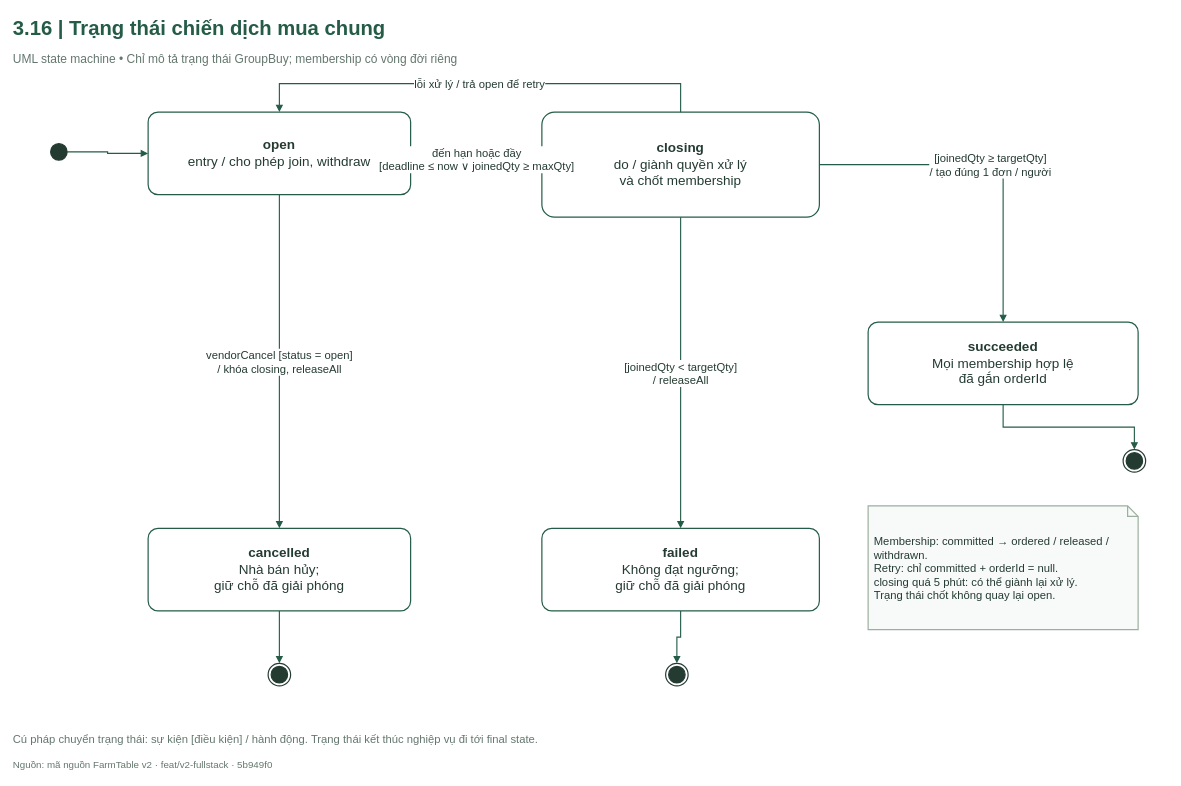
This is FarmTable_Chuong3/So_do_BA/drawio/Hinh_3_16.drawio from hathu1272006-eng/PTWnangcao, a draw.io file, before an edit. Source tidied: cells renumbered, new cells numbered last; positions are measured from the earlier drawing's top-left corner, leaving out a move shared by most shapes. Both pictures are drawn from the tidied source at 75%, with x=0, y=0 at pixel (13, 13).
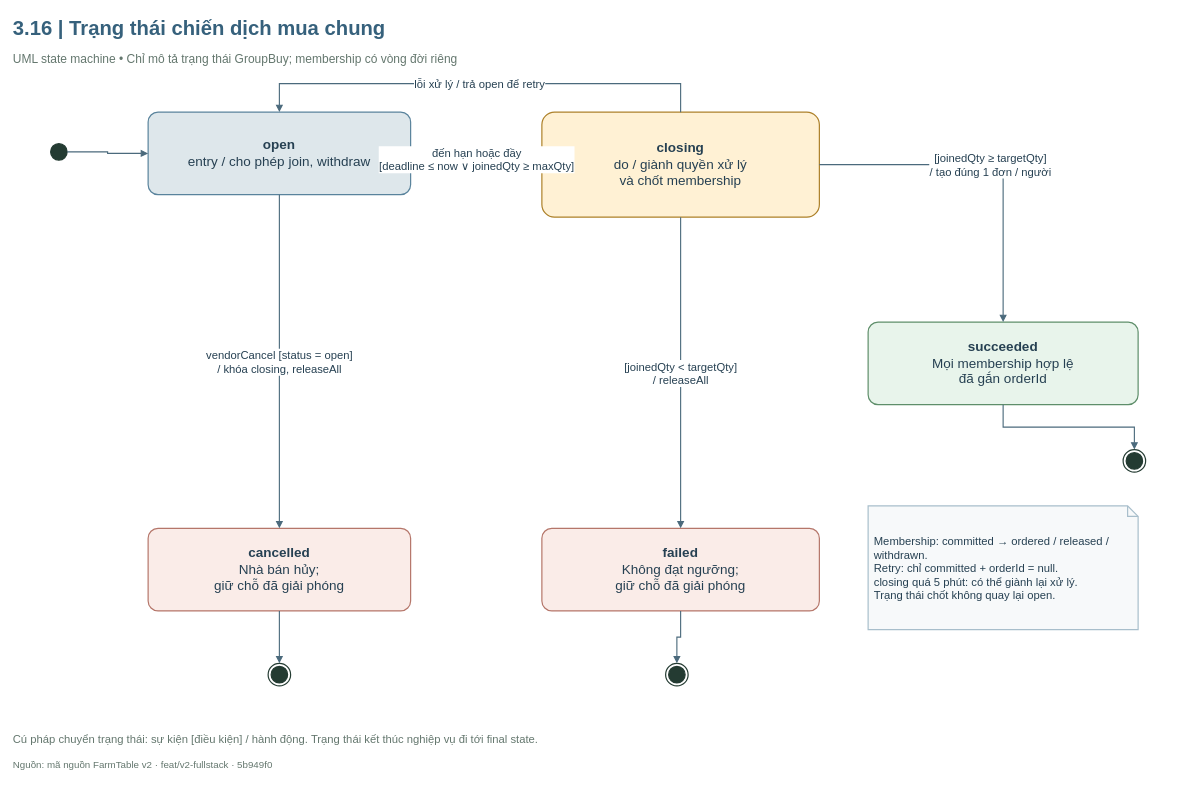
The same page after the edit.

The change refers to these unchanged cells:
```xml
<mxCell id="4" style="html=1;whiteSpace=wrap;fontFamily=Arial;fontSize=18;fontColor=#243B32;strokeColor=#245C47;strokeWidth=1.6;fillColor=#FFFFFF;spacing=8;ellipse;fillColor=#243B32;strokeColor=#243B32;" parent="1" vertex="1">
  <mxGeometry x="50" y="174" width="22" height="22" as="geometry" />
</mxCell>
<mxCell id="16" style="html=1;whiteSpace=wrap;fontFamily=Arial;fontSize=18;fontColor=#243B32;strokeColor=#245C47;strokeWidth=1.6;fillColor=#FFFFFF;spacing=8;shape=endState;fillColor=#243B32;strokeColor=#243B32;" parent="1" vertex="1">
  <mxGeometry x="1480" y="582" width="30" height="30" as="geometry" />
</mxCell>
<mxCell id="18" style="html=1;whiteSpace=wrap;fontFamily=Arial;fontSize=18;fontColor=#243B32;strokeColor=#245C47;strokeWidth=1.6;fillColor=#FFFFFF;spacing=8;shape=endState;fillColor=#243B32;strokeColor=#243B32;" parent="1" vertex="1">
  <mxGeometry x="870" y="867" width="30" height="30" as="geometry" />
</mxCell>
<mxCell id="20" style="html=1;whiteSpace=wrap;fontFamily=Arial;fontSize=18;fontColor=#243B32;strokeColor=#245C47;strokeWidth=1.6;fillColor=#FFFFFF;spacing=8;shape=endState;fillColor=#243B32;strokeColor=#243B32;" parent="1" vertex="1">
  <mxGeometry x="340" y="867" width="30" height="30" as="geometry" />
</mxCell>
```

Change to the diagram source:
```diff
@@
-    <mxCell id="2" value="3.16  |  Trạng thái chiến dịch mua chung" style="html=1;whiteSpace=wrap;fontFamily=Arial;fontSize=18;fontColor=#243B32;strokeColor=#245C47;strokeWidth=1.6;fillColor=#FFFFFF;spacing=8;text;strokeColor=none;fillColor=none;align=left;verticalAlign=middle;fontSize=27;fontStyle=1;fontColor=#245C47;spacing=0;" parent="1" vertex="1">
+    <mxCell id="2" value="3.16  |  Trạng thái chiến dịch mua chung" style="html=1;whiteSpace=wrap;fontFamily=Arial;fontSize=18;strokeColor=#245C47;strokeWidth=1.6;fillColor=#FFFFFF;spacing=8;text;strokeColor=none;fillColor=none;align=left;verticalAlign=middle;fontSize=27;fontStyle=1;spacing=0;fontColor=#36617C;" parent="1" vertex="1">
       <mxGeometry width="1540" height="40" as="geometry" />
     </mxCell>
@@
-    <mxCell id="5" value="&lt;b&gt;open&lt;/b&gt;&lt;br/&gt;entry / cho phép join, withdraw" style="html=1;whiteSpace=wrap;fontFamily=Arial;fontSize=18;fontColor=#243B32;strokeColor=#245C47;strokeWidth=1.6;fillColor=#FFFFFF;spacing=8;rounded=1;arcSize=12;" parent="1" vertex="1">
+    <mxCell id="5" value="&lt;b&gt;open&lt;/b&gt;&lt;br/&gt;entry / cho phép join, withdraw" style="html=1;whiteSpace=wrap;fontFamily=Arial;fontSize=18;strokeWidth=1.6;spacing=8;rounded=1;arcSize=12;fillColor=#DEE7EB;strokeColor=#59839C;fontColor=#264052;" parent="1" vertex="1">
       <mxGeometry x="180" y="132" width="350" height="110" as="geometry" />
     </mxCell>
-    <mxCell id="6" value="&lt;b&gt;closing&lt;/b&gt;&lt;br/&gt;do / giành quyền xử lý&lt;br/&gt;và chốt membership" style="html=1;whiteSpace=wrap;fontFamily=Arial;fontSize=18;fontColor=#243B32;strokeColor=#245C47;strokeWidth=1.6;fillColor=#FFFFFF;spacing=8;rounded=1;arcSize=12;" parent="1" vertex="1">
+    <mxCell id="6" value="&lt;b&gt;closing&lt;/b&gt;&lt;br/&gt;do / giành quyền xử lý&lt;br/&gt;và chốt membership" style="html=1;whiteSpace=wrap;fontFamily=Arial;fontSize=18;strokeWidth=1.6;spacing=8;rounded=1;arcSize=12;fillColor=#FFF1D4;strokeColor=#AD812A;fontColor=#264052;" parent="1" vertex="1">
       <mxGeometry x="705" y="132" width="370" height="140" as="geometry" />
     </mxCell>
-    <mxCell id="7" value="&lt;b&gt;succeeded&lt;/b&gt;&lt;br/&gt;Mọi membership hợp lệ&lt;br/&gt;đã gắn orderId" style="html=1;whiteSpace=wrap;fontFamily=Arial;fontSize=18;fontColor=#243B32;strokeColor=#245C47;strokeWidth=1.6;fillColor=#FFFFFF;spacing=8;rounded=1;arcSize=12;" parent="1" vertex="1">
+    <mxCell id="7" value="&lt;b&gt;succeeded&lt;/b&gt;&lt;br/&gt;Mọi membership hợp lệ&lt;br/&gt;đã gắn orderId" style="html=1;whiteSpace=wrap;fontFamily=Arial;fontSize=18;strokeWidth=1.6;spacing=8;rounded=1;arcSize=12;fillColor=#E8F4EB;strokeColor=#5E8E6A;fontColor=#264052;" parent="1" vertex="1">
       <mxGeometry x="1140" y="412" width="360" height="110" as="geometry" />
     </mxCell>
-    <mxCell id="8" value="&lt;b&gt;failed&lt;/b&gt;&lt;br/&gt;Không đạt ngưỡng;&lt;br/&gt;giữ chỗ đã giải phóng" style="html=1;whiteSpace=wrap;fontFamily=Arial;fontSize=18;fontColor=#243B32;strokeColor=#245C47;strokeWidth=1.6;fillColor=#FFFFFF;spacing=8;rounded=1;arcSize=12;" parent="1" vertex="1">
+    <mxCell id="8" value="&lt;b&gt;failed&lt;/b&gt;&lt;br/&gt;Không đạt ngưỡng;&lt;br/&gt;giữ chỗ đã giải phóng" style="html=1;whiteSpace=wrap;fontFamily=Arial;fontSize=18;strokeWidth=1.6;spacing=8;rounded=1;arcSize=12;fillColor=#FAECE8;strokeColor=#B5766A;fontColor=#264052;" parent="1" vertex="1">
       <mxGeometry x="705" y="687" width="370" height="110" as="geometry" />
     </mxCell>
-    <mxCell id="9" value="&lt;b&gt;cancelled&lt;/b&gt;&lt;br/&gt;Nhà bán hủy;&lt;br/&gt;giữ chỗ đã giải phóng" style="html=1;whiteSpace=wrap;fontFamily=Arial;fontSize=18;fontColor=#243B32;strokeColor=#245C47;strokeWidth=1.6;fillColor=#FFFFFF;spacing=8;rounded=1;arcSize=12;" parent="1" vertex="1">
+    <mxCell id="9" value="&lt;b&gt;cancelled&lt;/b&gt;&lt;br/&gt;Nhà bán hủy;&lt;br/&gt;giữ chỗ đã giải phóng" style="html=1;whiteSpace=wrap;fontFamily=Arial;fontSize=18;strokeWidth=1.6;spacing=8;rounded=1;arcSize=12;fillColor=#FAECE8;strokeColor=#B5766A;fontColor=#264052;" parent="1" vertex="1">
       <mxGeometry x="180" y="687" width="350" height="110" as="geometry" />
     </mxCell>
-    <mxCell id="10" style="edgeStyle=orthogonalEdgeStyle;rounded=0;jettySize=20;html=1;fontFamily=Arial;fontSize=15;fontColor=#243B32;labelBackgroundColor=#FFFFFF;strokeColor=#245C47;strokeWidth=1.5;endArrow=block;endFill=1;exitX=1;exitY=0.5;entryX=0;entryY=0.5;exitDx=0;exitDy=0;entryDx=0;entryDy=0;" parent="1" edge="1" source="4" target="5">
+    <mxCell id="10" style="edgeStyle=orthogonalEdgeStyle;rounded=0;jettySize=20;html=1;fontFamily=Arial;fontSize=15;labelBackgroundColor=#FFFFFF;strokeWidth=1.5;endArrow=block;endFill=1;exitX=1;exitY=0.5;entryX=0;entryY=0.5;exitDx=0;exitDy=0;entryDx=0;entryDy=0;strokeColor=#4B6A7C;fontColor=#264052;" parent="1" edge="1" source="4" target="5">
       <mxGeometry relative="1" as="geometry" />
     </mxCell>
-    <mxCell id="11" value="đến hạn hoặc đầy&lt;br/&gt;[deadline ≤ now ∨ joinedQty ≥ maxQty]" style="edgeStyle=orthogonalEdgeStyle;rounded=0;jettySize=20;html=1;fontFamily=Arial;fontSize=15;fontColor=#243B32;labelBackgroundColor=#FFFFFF;strokeColor=#245C47;strokeWidth=1.5;endArrow=block;endFill=1;exitX=1;exitY=0.5;entryX=0;entryY=0.5;exitDx=0;exitDy=0;entryDx=0;entryDy=0;" parent="1" edge="1" source="5" target="6">
+    <mxCell id="11" value="đến hạn hoặc đầy&lt;br/&gt;[deadline ≤ now ∨ joinedQty ≥ maxQty]" style="edgeStyle=orthogonalEdgeStyle;rounded=0;jettySize=20;html=1;fontFamily=Arial;fontSize=15;labelBackgroundColor=#FFFFFF;strokeWidth=1.5;endArrow=block;endFill=1;exitX=1;exitY=0.5;entryX=0;entryY=0.5;exitDx=0;exitDy=0;entryDx=0;entryDy=0;strokeColor=#4B6A7C;fontColor=#264052;" parent="1" edge="1" source="5" target="6">
       <mxGeometry relative="1" as="geometry" />
     </mxCell>
-    <mxCell id="12" value="lỗi xử lý / trả open để retry" style="edgeStyle=orthogonalEdgeStyle;rounded=0;jettySize=20;html=1;fontFamily=Arial;fontSize=15;fontColor=#243B32;labelBackgroundColor=#FFFFFF;strokeColor=#245C47;strokeWidth=1.5;endArrow=block;endFill=1;exitX=0.5;exitY=0;entryX=0.5;entryY=0;exitDx=0;exitDy=0;entryDx=0;entryDy=0;" parent="1" edge="1" source="6" target="5">
+    <mxCell id="12" value="lỗi xử lý / trả open để retry" style="edgeStyle=orthogonalEdgeStyle;rounded=0;jettySize=20;html=1;fontFamily=Arial;fontSize=15;labelBackgroundColor=#FFFFFF;strokeWidth=1.5;endArrow=block;endFill=1;exitX=0.5;exitY=0;entryX=0.5;entryY=0;exitDx=0;exitDy=0;entryDx=0;entryDy=0;strokeColor=#4B6A7C;fontColor=#264052;" parent="1" edge="1" source="6" target="5">
       <mxGeometry relative="1" as="geometry">
         <Array as="points">
           <mxPoint x="890" y="94" />
           <mxPoint x="355" y="94" />
         </Array>
       </mxGeometry>
     </mxCell>
-    <mxCell id="13" value="vendorCancel [status = open]&lt;br/&gt;/ khóa closing, releaseAll" style="edgeStyle=orthogonalEdgeStyle;rounded=0;jettySize=20;html=1;fontFamily=Arial;fontSize=15;fontColor=#243B32;labelBackgroundColor=#FFFFFF;strokeColor=#245C47;strokeWidth=1.5;endArrow=block;endFill=1;exitX=0.5;exitY=1;entryX=0.5;entryY=0;exitDx=0;exitDy=0;entryDx=0;entryDy=0;" parent="1" edge="1" source="5" target="9">
+    <mxCell id="13" value="vendorCancel [status = open]&lt;br/&gt;/ khóa closing, releaseAll" style="edgeStyle=orthogonalEdgeStyle;rounded=0;jettySize=20;html=1;fontFamily=Arial;fontSize=15;labelBackgroundColor=#FFFFFF;strokeWidth=1.5;endArrow=block;endFill=1;exitX=0.5;exitY=1;entryX=0.5;entryY=0;exitDx=0;exitDy=0;entryDx=0;entryDy=0;strokeColor=#4B6A7C;fontColor=#264052;" parent="1" edge="1" source="5" target="9">
       <mxGeometry relative="1" as="geometry" />
     </mxCell>
-    <mxCell id="14" value="[joinedQty ≥ targetQty]&lt;br/&gt;/ tạo đúng 1 đơn / người" style="edgeStyle=orthogonalEdgeStyle;rounded=0;jettySize=20;html=1;fontFamily=Arial;fontSize=15;fontColor=#243B32;labelBackgroundColor=#FFFFFF;strokeColor=#245C47;strokeWidth=1.5;endArrow=block;endFill=1;exitX=1;exitY=0.5;entryX=0.5;entryY=0;exitDx=0;exitDy=0;entryDx=0;entryDy=0;" parent="1" edge="1" source="6" target="7">
+    <mxCell id="14" value="[joinedQty ≥ targetQty]&lt;br/&gt;/ tạo đúng 1 đơn / người" style="edgeStyle=orthogonalEdgeStyle;rounded=0;jettySize=20;html=1;fontFamily=Arial;fontSize=15;labelBackgroundColor=#FFFFFF;strokeWidth=1.5;endArrow=block;endFill=1;exitX=1;exitY=0.5;entryX=0.5;entryY=0;exitDx=0;exitDy=0;entryDx=0;entryDy=0;strokeColor=#4B6A7C;fontColor=#264052;" parent="1" edge="1" source="6" target="7">
       <mxGeometry relative="1" as="geometry" />
     </mxCell>
-    <mxCell id="15" value="[joinedQty &amp;lt; targetQty]&lt;br/&gt;/ releaseAll" style="edgeStyle=orthogonalEdgeStyle;rounded=0;jettySize=20;html=1;fontFamily=Arial;fontSize=15;fontColor=#243B32;labelBackgroundColor=#FFFFFF;strokeColor=#245C47;strokeWidth=1.5;endArrow=block;endFill=1;exitX=0.5;exitY=1;entryX=0.5;entryY=0;exitDx=0;exitDy=0;entryDx=0;entryDy=0;" parent="1" edge="1" source="6" target="8">
+    <mxCell id="15" value="[joinedQty &amp;lt; targetQty]&lt;br/&gt;/ releaseAll" style="edgeStyle=orthogonalEdgeStyle;rounded=0;jettySize=20;html=1;fontFamily=Arial;fontSize=15;labelBackgroundColor=#FFFFFF;strokeWidth=1.5;endArrow=block;endFill=1;exitX=0.5;exitY=1;entryX=0.5;entryY=0;exitDx=0;exitDy=0;entryDx=0;entryDy=0;strokeColor=#4B6A7C;fontColor=#264052;" parent="1" edge="1" source="6" target="8">
       <mxGeometry relative="1" as="geometry" />
     </mxCell>
@@
-    <mxCell id="17" style="edgeStyle=orthogonalEdgeStyle;rounded=0;jettySize=20;html=1;fontFamily=Arial;fontSize=15;fontColor=#243B32;labelBackgroundColor=#FFFFFF;strokeColor=#245C47;strokeWidth=1.5;endArrow=block;endFill=1;exitX=0.5;exitY=1;entryX=0.5;entryY=0;exitDx=0;exitDy=0;entryDx=0;entryDy=0;" parent="1" edge="1" source="7" target="16">
+    <mxCell id="17" style="edgeStyle=orthogonalEdgeStyle;rounded=0;jettySize=20;html=1;fontFamily=Arial;fontSize=15;labelBackgroundColor=#FFFFFF;strokeWidth=1.5;endArrow=block;endFill=1;exitX=0.5;exitY=1;entryX=0.5;entryY=0;exitDx=0;exitDy=0;entryDx=0;entryDy=0;strokeColor=#4B6A7C;fontColor=#264052;" parent="1" edge="1" source="7" target="16">
       <mxGeometry relative="1" as="geometry" />
     </mxCell>
@@
-    <mxCell id="19" style="edgeStyle=orthogonalEdgeStyle;rounded=0;jettySize=20;html=1;fontFamily=Arial;fontSize=15;fontColor=#243B32;labelBackgroundColor=#FFFFFF;strokeColor=#245C47;strokeWidth=1.5;endArrow=block;endFill=1;exitX=0.5;exitY=1;entryX=0.5;entryY=0;exitDx=0;exitDy=0;entryDx=0;entryDy=0;" parent="1" edge="1" source="8" target="18">
+    <mxCell id="19" style="edgeStyle=orthogonalEdgeStyle;rounded=0;jettySize=20;html=1;fontFamily=Arial;fontSize=15;labelBackgroundColor=#FFFFFF;strokeWidth=1.5;endArrow=block;endFill=1;exitX=0.5;exitY=1;entryX=0.5;entryY=0;exitDx=0;exitDy=0;entryDx=0;entryDy=0;strokeColor=#4B6A7C;fontColor=#264052;" parent="1" edge="1" source="8" target="18">
       <mxGeometry relative="1" as="geometry" />
     </mxCell>
@@
-    <mxCell id="21" style="edgeStyle=orthogonalEdgeStyle;rounded=0;jettySize=20;html=1;fontFamily=Arial;fontSize=15;fontColor=#243B32;labelBackgroundColor=#FFFFFF;strokeColor=#245C47;strokeWidth=1.5;endArrow=block;endFill=1;exitX=0.5;exitY=1;entryX=0.5;entryY=0;exitDx=0;exitDy=0;entryDx=0;entryDy=0;" parent="1" edge="1" source="9" target="20">
+    <mxCell id="21" style="edgeStyle=orthogonalEdgeStyle;rounded=0;jettySize=20;html=1;fontFamily=Arial;fontSize=15;labelBackgroundColor=#FFFFFF;strokeWidth=1.5;endArrow=block;endFill=1;exitX=0.5;exitY=1;entryX=0.5;entryY=0;exitDx=0;exitDy=0;entryDx=0;entryDy=0;strokeColor=#4B6A7C;fontColor=#264052;" parent="1" edge="1" source="9" target="20">
       <mxGeometry relative="1" as="geometry" />
     </mxCell>
-    <mxCell id="22" value="Membership: committed → ordered / released / withdrawn.&lt;br/&gt;Retry: chỉ committed + orderId = null.&lt;br/&gt;closing quá 5 phút: có thể giành lại xử lý.&lt;br/&gt;Trạng thái chốt không quay lại open." style="html=1;whiteSpace=wrap;fontFamily=Arial;fontSize=18;fontColor=#243B32;strokeColor=#245C47;strokeWidth=1.6;fillColor=#FFFFFF;spacing=8;shape=note;size=14;fillColor=#F8FAF9;strokeColor=#9CAF9F;align=left;fontSize=15;" parent="1" vertex="1">
+    <mxCell id="22" value="Membership: committed → ordered / released / withdrawn.&lt;br/&gt;Retry: chỉ committed + orderId = null.&lt;br/&gt;closing quá 5 phút: có thể giành lại xử lý.&lt;br/&gt;Trạng thái chốt không quay lại open." style="html=1;whiteSpace=wrap;fontFamily=Arial;fontSize=18;strokeWidth=1.6;spacing=8;shape=note;size=14;align=left;fontSize=15;fillColor=#F7F9FA;strokeColor=#A8BECB;fontColor=#264052;" parent="1" vertex="1">
       <mxGeometry x="1140" y="657" width="360" height="165" as="geometry" />
     </mxCell>
```
